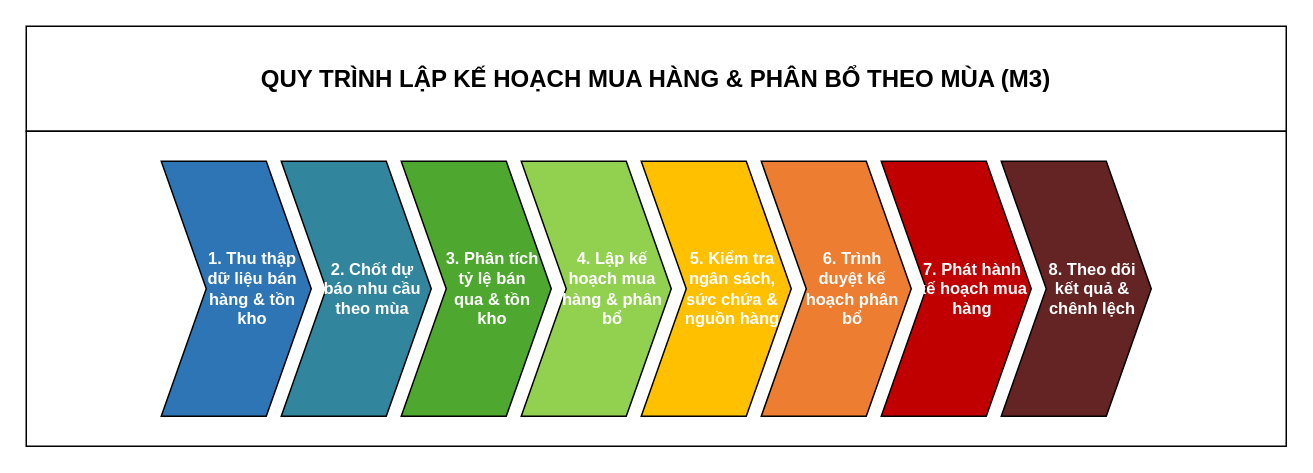
The draw.io diagram page "chevron-m3" (4 of 10) of docs/workspaces/NguyenCongHung/svg/bpmn.drawio in anthinh-io/bpm-acfc-vietnam-analysis, before the edit. Source tidied: cells renumbered, new cells numbered last; positions are measured from the earlier drawing's top-left corner, leaving out a move shared by most shapes. Both pictures are drawn from the tidied source at 150%, with x=0, y=0 at pixel (26, 26).
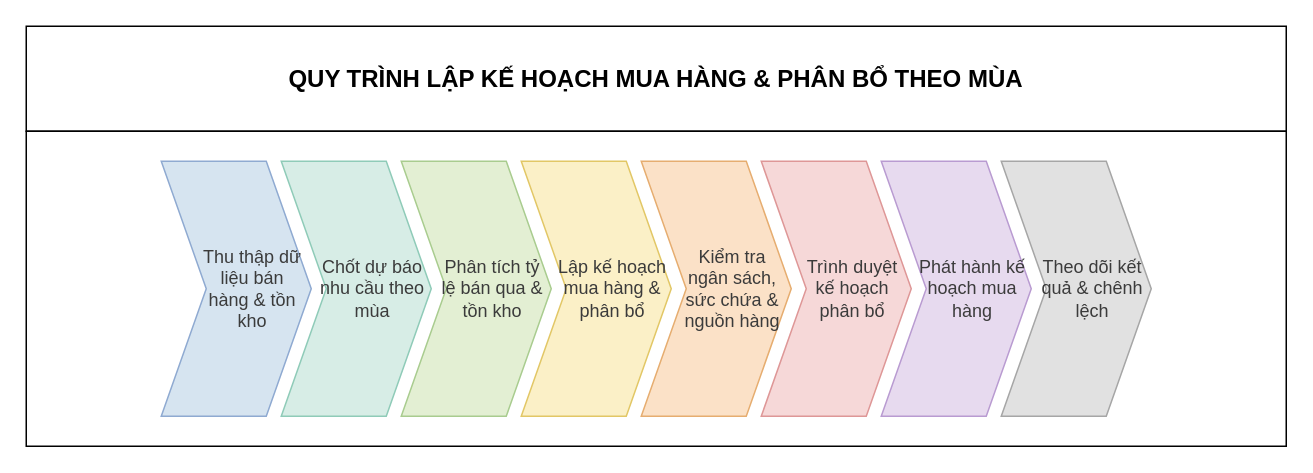
After the change.

The edit, as a diff of the source:
```diff
@@
 <mxGraphModel>
   <root>
     <mxCell id="0" />
     <mxCell id="1" parent="0" />
-    <mxCell id="2" value="QUY TRÌNH LẬP KẾ HOẠCH MUA HÀNG &amp; PHÂN BỔ THEO MÙA (M3)" style="rounded=0;whiteSpace=wrap;html=1;align=center;verticalAlign=middle;fontSize=16;fontStyle=1;fontColor=#000000;" parent="1" vertex="1">
+    <mxCell id="2" value="QUY TRÌNH LẬP KẾ HOẠCH MUA HÀNG &amp; PHÂN BỔ THEO MÙA" style="rounded=0;whiteSpace=wrap;html=1;align=center;verticalAlign=middle;fontSize=16;fontStyle=1;fontColor=#000000;" parent="1" vertex="1">
       <mxGeometry width="840" height="70" as="geometry" />
     </mxCell>
     <mxCell id="3" style="rounded=0;whiteSpace=wrap;html=1;" parent="1" vertex="1">
       <mxGeometry y="70" width="840" height="210" as="geometry" />
     </mxCell>
-    <mxCell id="4" value="1. Thu thập&lt;br&gt;dữ liệu bán&lt;br&gt;hàng &amp; tồn&lt;br&gt;kho" style="html=1;shadow=0;dashed=0;align=center;verticalAlign=middle;shape=mxgraph.arrows2.arrow;dy=0;dx=30;notch=30;whiteSpace=wrap;spacingLeft=22;fillColor=#2E75B6;strokeColor=#000000;fontColor=#ffffff;fontSize=11;fontStyle=1;" parent="1" vertex="1">
+    <mxCell id="4" value="Thu thập dữ&lt;br&gt;liệu bán&lt;br&gt;hàng &amp; tồn&lt;br&gt;kho" style="html=1;shadow=0;dashed=0;align=center;verticalAlign=middle;shape=mxgraph.arrows2.arrow;dy=0;dx=30;notch=30;whiteSpace=wrap;spacingLeft=22;fillColor=#D6E4F0;strokeColor=#8FAAD1;fontColor=#3B3B3B;fontSize=12;fontStyle=0;" parent="1" vertex="1">
       <mxGeometry x="90" y="90" width="100" height="170" as="geometry" />
     </mxCell>
-    <mxCell id="5" value="2. Chốt dự&lt;br&gt;báo nhu cầu&lt;br&gt;theo mùa" style="html=1;shadow=0;dashed=0;align=center;verticalAlign=middle;shape=mxgraph.arrows2.arrow;dy=0;dx=30;notch=30;whiteSpace=wrap;spacingLeft=22;fillColor=#31859C;strokeColor=#000000;fontColor=#ffffff;fontSize=11;fontStyle=1;" parent="1" vertex="1">
+    <mxCell id="5" value="Chốt dự báo&lt;br&gt;nhu cầu theo&lt;br&gt;mùa" style="html=1;shadow=0;dashed=0;align=center;verticalAlign=middle;shape=mxgraph.arrows2.arrow;dy=0;dx=30;notch=30;whiteSpace=wrap;spacingLeft=22;fillColor=#D7EDE6;strokeColor=#8FCBB8;fontColor=#3B3B3B;fontSize=12;fontStyle=0;" parent="1" vertex="1">
       <mxGeometry x="170" y="90" width="100" height="170" as="geometry" />
     </mxCell>
-    <mxCell id="6" value="3. Phân tích&lt;br&gt;tỷ lệ bán&lt;br&gt;qua &amp; tồn&lt;br&gt;kho" style="html=1;shadow=0;dashed=0;align=center;verticalAlign=middle;shape=mxgraph.arrows2.arrow;dy=0;dx=30;notch=30;whiteSpace=wrap;spacingLeft=22;fillColor=#4EA72E;strokeColor=#000000;fontColor=#ffffff;fontSize=11;fontStyle=1;" parent="1" vertex="1">
+    <mxCell id="6" value="Phân tích tỷ&lt;br&gt;lệ bán qua &amp;&lt;br&gt;tồn kho" style="html=1;shadow=0;dashed=0;align=center;verticalAlign=middle;shape=mxgraph.arrows2.arrow;dy=0;dx=30;notch=30;whiteSpace=wrap;spacingLeft=22;fillColor=#E3EFD3;strokeColor=#A9CC8F;fontColor=#3B3B3B;fontSize=12;fontStyle=0;" parent="1" vertex="1">
       <mxGeometry x="250" y="90" width="100" height="170" as="geometry" />
     </mxCell>
-    <mxCell id="7" value="4. Lập kế&lt;br&gt;hoạch mua&lt;br&gt;hàng &amp; phân&lt;br&gt;bổ" style="html=1;shadow=0;dashed=0;align=center;verticalAlign=middle;shape=mxgraph.arrows2.arrow;dy=0;dx=30;notch=30;whiteSpace=wrap;spacingLeft=22;fillColor=#92D050;strokeColor=#000000;fontColor=#ffffff;fontSize=11;fontStyle=1;" parent="1" vertex="1">
+    <mxCell id="7" value="Lập kế hoạch&lt;br&gt;mua hàng &amp;&lt;br&gt;phân bổ" style="html=1;shadow=0;dashed=0;align=center;verticalAlign=middle;shape=mxgraph.arrows2.arrow;dy=0;dx=30;notch=30;whiteSpace=wrap;spacingLeft=22;fillColor=#FBF0C7;strokeColor=#E2C766;fontColor=#3B3B3B;fontSize=12;fontStyle=0;" parent="1" vertex="1">
       <mxGeometry x="330" y="90" width="100" height="170" as="geometry" />
     </mxCell>
-    <mxCell id="8" value="5. Kiểm tra&lt;br&gt;ngân sách,&lt;br&gt;sức chứa &amp;&lt;br&gt;nguồn hàng" style="html=1;shadow=0;dashed=0;align=center;verticalAlign=middle;shape=mxgraph.arrows2.arrow;dy=0;dx=30;notch=30;whiteSpace=wrap;spacingLeft=22;fillColor=#FFC000;strokeColor=#000000;fontColor=#ffffff;fontSize=11;fontStyle=1;" parent="1" vertex="1">
+    <mxCell id="8" value="Kiểm tra&lt;br&gt;ngân sách,&lt;br&gt;sức chứa &amp;&lt;br&gt;nguồn hàng" style="html=1;shadow=0;dashed=0;align=center;verticalAlign=middle;shape=mxgraph.arrows2.arrow;dy=0;dx=30;notch=30;whiteSpace=wrap;spacingLeft=22;fillColor=#FBE1C7;strokeColor=#E6AD70;fontColor=#3B3B3B;fontSize=12;fontStyle=0;" parent="1" vertex="1">
       <mxGeometry x="410" y="90" width="100" height="170" as="geometry" />
     </mxCell>
-    <mxCell id="9" value="6. Trình&lt;br&gt;duyệt kế&lt;br&gt;hoạch phân&lt;br&gt;bổ" style="html=1;shadow=0;dashed=0;align=center;verticalAlign=middle;shape=mxgraph.arrows2.arrow;dy=0;dx=30;notch=30;whiteSpace=wrap;spacingLeft=22;fillColor=#ED7D31;strokeColor=#000000;fontColor=#ffffff;fontSize=11;fontStyle=1;" parent="1" vertex="1">
+    <mxCell id="9" value="Trình duyệt&lt;br&gt;kế hoạch&lt;br&gt;phân bổ" style="html=1;shadow=0;dashed=0;align=center;verticalAlign=middle;shape=mxgraph.arrows2.arrow;dy=0;dx=30;notch=30;whiteSpace=wrap;spacingLeft=22;fillColor=#F6D8D8;strokeColor=#DE9797;fontColor=#3B3B3B;fontSize=12;fontStyle=0;" parent="1" vertex="1">
       <mxGeometry x="490" y="90" width="100" height="170" as="geometry" />
     </mxCell>
-    <mxCell id="10" value="7. Phát hành&lt;br&gt;kế hoạch mua&lt;br&gt;hàng" style="html=1;shadow=0;dashed=0;align=center;verticalAlign=middle;shape=mxgraph.arrows2.arrow;dy=0;dx=30;notch=30;whiteSpace=wrap;spacingLeft=22;fillColor=#C00000;strokeColor=#000000;fontColor=#ffffff;fontSize=11;fontStyle=1;" parent="1" vertex="1">
+    <mxCell id="10" value="Phát hành kế&lt;br&gt;hoạch mua&lt;br&gt;hàng" style="html=1;shadow=0;dashed=0;align=center;verticalAlign=middle;shape=mxgraph.arrows2.arrow;dy=0;dx=30;notch=30;whiteSpace=wrap;spacingLeft=22;fillColor=#E7DAEF;strokeColor=#B99BD1;fontColor=#3B3B3B;fontSize=12;fontStyle=0;" parent="1" vertex="1">
       <mxGeometry x="570" y="90" width="100" height="170" as="geometry" />
     </mxCell>
-    <mxCell id="11" value="8. Theo dõi&lt;br&gt;kết quả &amp;&lt;br&gt;chênh lệch" style="html=1;shadow=0;dashed=0;align=center;verticalAlign=middle;shape=mxgraph.arrows2.arrow;dy=0;dx=30;notch=30;whiteSpace=wrap;spacingLeft=22;fillColor=#632423;strokeColor=#000000;fontColor=#ffffff;fontSize=11;fontStyle=1;" parent="1" vertex="1">
+    <mxCell id="11" value="Theo dõi kết&lt;br&gt;quả &amp; chênh&lt;br&gt;lệch" style="html=1;shadow=0;dashed=0;align=center;verticalAlign=middle;shape=mxgraph.arrows2.arrow;dy=0;dx=30;notch=30;whiteSpace=wrap;spacingLeft=22;fillColor=#E1E1E1;strokeColor=#A6A6A6;fontColor=#3B3B3B;fontSize=12;fontStyle=0;" parent="1" vertex="1">
       <mxGeometry x="650" y="90" width="100" height="170" as="geometry" />
     </mxCell>
   </root>
 </mxGraphModel>
```
